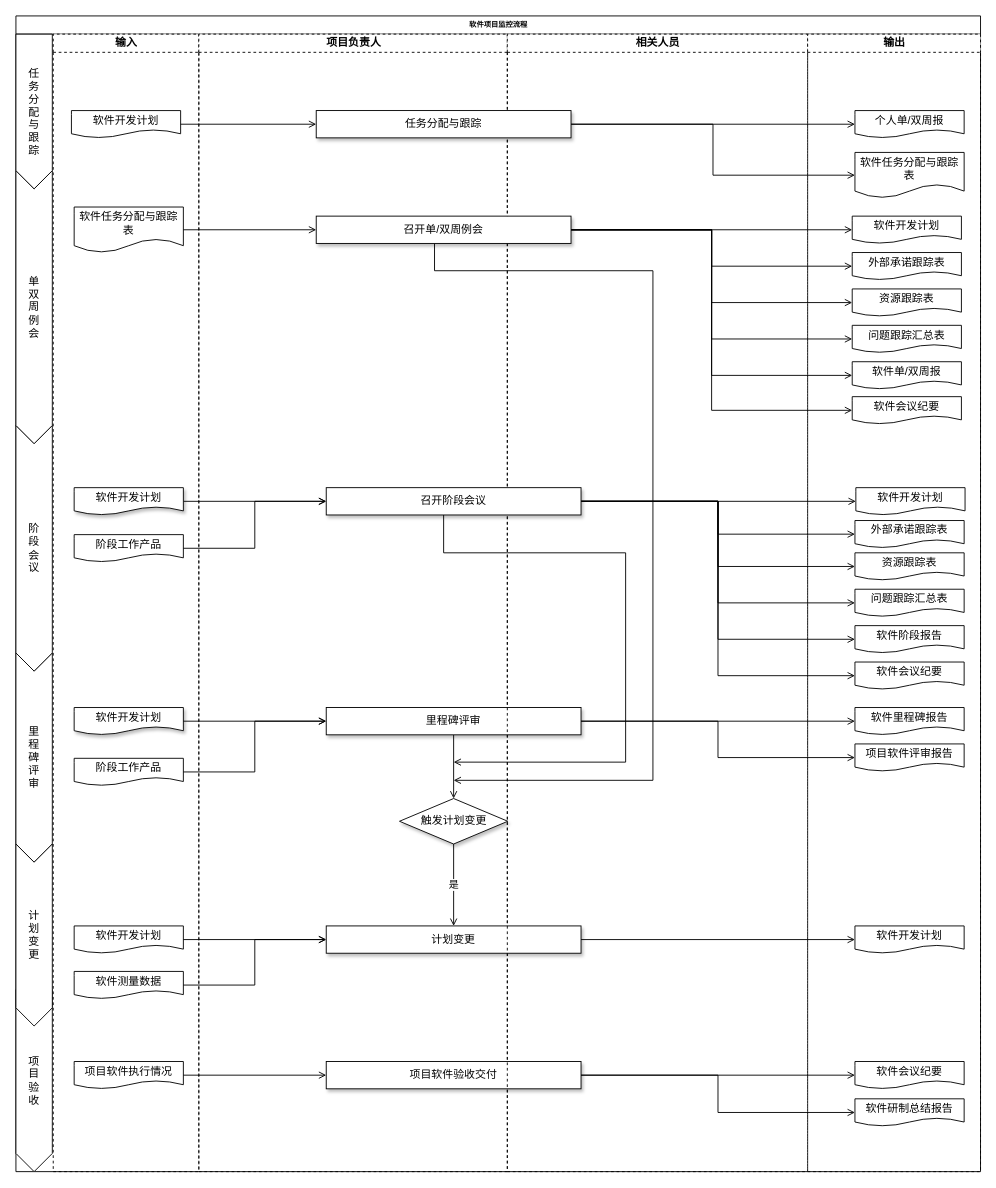
The draw.io diagram 国军标5000A-文审-项目监控过程域2.drawio in ColonelDarcy2018/excelsior, before the edit. Source tidied: cells renumbered, new cells numbered last; positions are measured from the earlier drawing's top-left corner, leaving out a move shared by most shapes. Both pictures are drawn from the tidied source at 91%, with x=0, y=0 at pixel (15, 15).
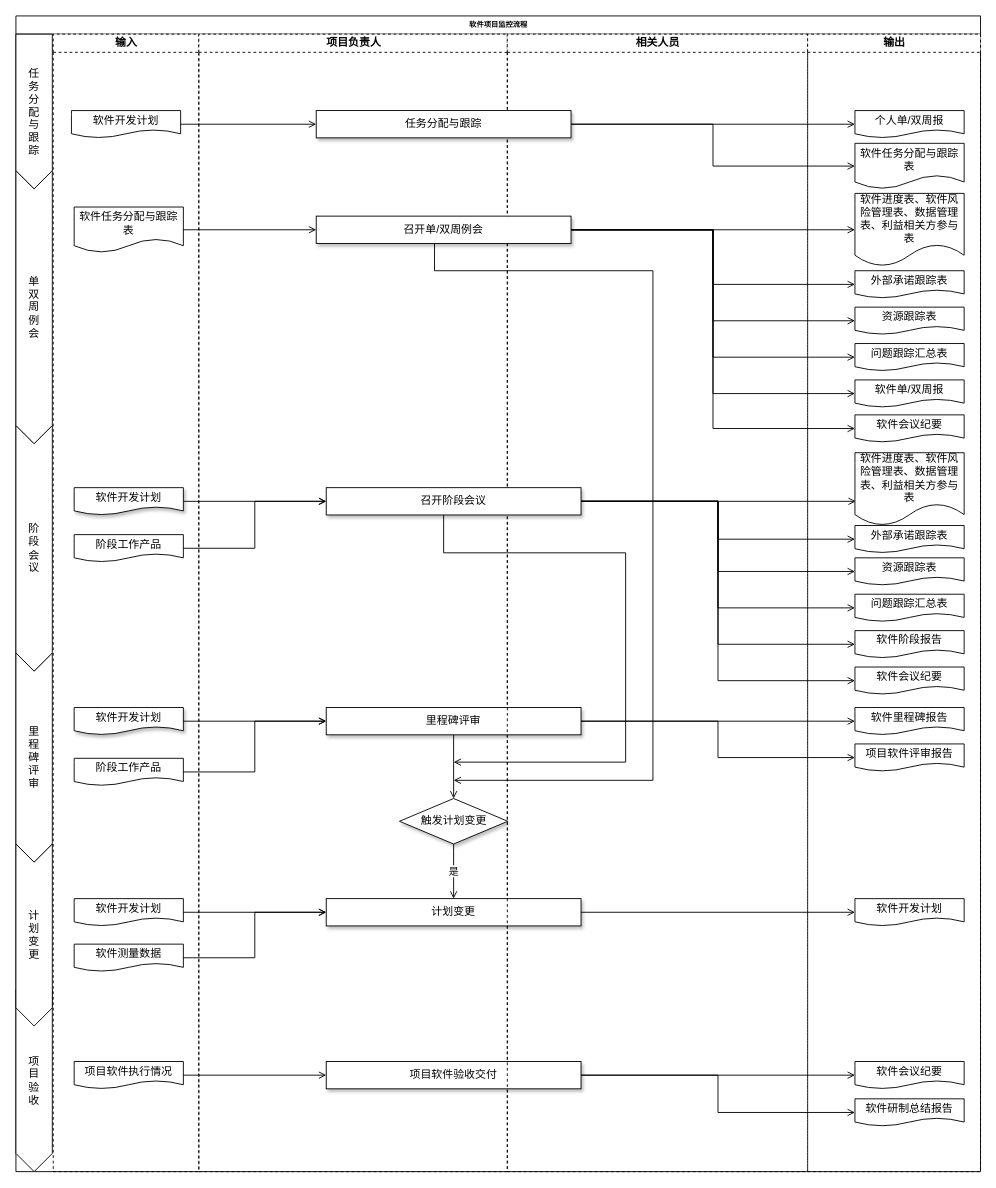
The same page after the edit.

Commit message:
Update 国军标5000A-文审-项目监控过程域2.drawio

Unchanged cells that the change refers to:
```xml
<mxCell id="2" value="软件项目监控流程" style="swimlane;html=1;startSize=20;rounded=0;shadow=0;labelBackgroundColor=none;strokeWidth=1;fontFamily=Verdana;fontSize=8;align=center;" parent="1" vertex="1">
  <mxGeometry width="1060" height="1270" as="geometry" />
</mxCell>
<mxCell id="10" value="输入" style="swimlane;html=1;startSize=20;dashed=1;" parent="2" vertex="1">
  <mxGeometry x="41" y="20" width="160" height="1250" as="geometry" />
</mxCell>
<mxCell id="19" value="项目负责人" style="swimlane;html=1;startSize=20;dashed=1;" parent="2" vertex="1">
  <mxGeometry x="201" y="20" width="339" height="1250" as="geometry" />
</mxCell>
<mxCell id="27" value="输出" style="swimlane;html=1;startSize=20;dashed=1;" parent="2" vertex="1">
  <mxGeometry x="870" y="20" width="190" height="1250" as="geometry" />
</mxCell>
<mxCell id="69" value="召开阶段会议" style="rounded=0;whiteSpace=wrap;html=1;shadow=1;fontSize=12;" parent="1" vertex="1">
  <mxGeometry x="341" y="518.4" width="280" height="30" as="geometry" />
</mxCell>
```

What changed in the source:
```diff
@@
     <mxCell id="17" value="软件开发计划" style="shape=document;whiteSpace=wrap;html=1;boundedLbl=1;fontSize=12;" parent="10" vertex="1">
-      <mxGeometry x="23" y="980" width="120" height="30" as="geometry" />
+      <mxGeometry x="23" y="950" width="120" height="30" as="geometry" />
     </mxCell>
     <mxCell id="18" value="软件测量数据" style="shape=document;whiteSpace=wrap;html=1;boundedLbl=1;fontSize=12;" parent="10" vertex="1">
-      <mxGeometry x="23" y="1030" width="120" height="30" as="geometry" />
+      <mxGeometry x="23" y="1000" width="120" height="30" as="geometry" />
     </mxCell>
@@
     <mxCell id="23" value="计划变更" style="rounded=0;whiteSpace=wrap;html=1;shadow=1;fontSize=12;" parent="19" vertex="1">
-      <mxGeometry x="140" y="980" width="280" height="30" as="geometry" />
+      <mxGeometry x="140" y="950" width="280" height="30" as="geometry" />
     </mxCell>
@@
+    <mxCell id="48" style="edgeStyle=orthogonalEdgeStyle;rounded=0;jettySize=auto;html=1;entryX=0;entryY=0.5;entryDx=0;entryDy=0;endArrow=open;endFill=0;" parent="2" edge="1" source="17" target="23">
+      <mxGeometry relative="1" as="geometry" />
+    </mxCell>
+    <mxCell id="49" style="edgeStyle=orthogonalEdgeStyle;rounded=0;jettySize=auto;html=1;entryX=0;entryY=0.5;entryDx=0;entryDy=0;endArrow=open;endFill=0;" parent="2" edge="1" source="18" target="23">
+      <mxGeometry relative="1" as="geometry" />
+    </mxCell>
+    <mxCell id="56" style="edgeStyle=orthogonalEdgeStyle;rounded=0;jettySize=auto;html=1;entryX=0;entryY=0.5;entryDx=0;entryDy=0;endArrow=open;endFill=0;" parent="2" edge="1" source="23" target="42">
+      <mxGeometry relative="1" as="geometry" />
+    </mxCell>
@@
-    <mxCell id="29" value="软件开发计划" style="shape=document;whiteSpace=wrap;html=1;boundedLbl=1;fontSize=12;" parent="27" vertex="1">
-      <mxGeometry x="53" y="498.4" width="120" height="30" as="geometry" />
-    </mxCell>
     <mxCell id="30" value="软件任务分配与跟踪表" style="shape=document;whiteSpace=wrap;html=1;boundedLbl=1;fontSize=12;" parent="27" vertex="1">
-      <mxGeometry x="52" y="130" width="120" height="50" as="geometry" />
+      <mxGeometry x="52" y="120" width="120" height="50" as="geometry" />
     </mxCell>
-    <mxCell id="31" value="软件开发计划" style="shape=document;whiteSpace=wrap;html=1;boundedLbl=1;fontSize=12;" parent="27" vertex="1">
-      <mxGeometry x="49" y="200" width="120" height="30" as="geometry" />
+    <mxCell id="31" value="软件进度表、软件风险管理表、数据管理表、利益相关方参与表" style="shape=document;whiteSpace=wrap;html=1;boundedLbl=1;fontSize=12;" parent="27" vertex="1">
+      <mxGeometry x="52" y="175" width="120" height="80" as="geometry" />
     </mxCell>
     <mxCell id="32" value="外部承诺跟踪表" style="shape=document;whiteSpace=wrap;html=1;boundedLbl=1;fontSize=12;" parent="27" vertex="1">
-      <mxGeometry x="49" y="240" width="120" height="30" as="geometry" />
+      <mxGeometry x="52" y="260" width="120" height="30" as="geometry" />
     </mxCell>
     <mxCell id="33" value="资源跟踪表" style="shape=document;whiteSpace=wrap;html=1;boundedLbl=1;fontSize=12;" parent="27" vertex="1">
-      <mxGeometry x="49" y="280" width="120" height="30" as="geometry" />
+      <mxGeometry x="52" y="300" width="120" height="30" as="geometry" />
     </mxCell>
     <mxCell id="34" value="问题跟踪汇总表" style="shape=document;whiteSpace=wrap;html=1;boundedLbl=1;fontSize=12;" parent="27" vertex="1">
-      <mxGeometry x="49" y="320" width="120" height="30" as="geometry" />
+      <mxGeometry x="52" y="340" width="120" height="30" as="geometry" />
     </mxCell>
     <mxCell id="35" value="软件单/双周报" style="shape=document;whiteSpace=wrap;html=1;boundedLbl=1;fontSize=12;" parent="27" vertex="1">
-      <mxGeometry x="49" y="360" width="120" height="30" as="geometry" />
+      <mxGeometry x="52" y="380" width="120" height="30" as="geometry" />
     </mxCell>
     <mxCell id="36" value="软件会议纪要" style="shape=document;whiteSpace=wrap;html=1;boundedLbl=1;fontSize=12;" parent="27" vertex="1">
-      <mxGeometry x="49" y="398.4" width="120" height="30" as="geometry" />
+      <mxGeometry x="52" y="418.4" width="120" height="30" as="geometry" />
     </mxCell>
     <mxCell id="37" value="外部承诺跟踪表" style="shape=document;whiteSpace=wrap;html=1;boundedLbl=1;fontSize=12;" parent="27" vertex="1">
-      <mxGeometry x="52" y="534.5" width="120" height="30" as="geometry" />
+      <mxGeometry x="52" y="540" width="120" height="30" as="geometry" />
     </mxCell>
     <mxCell id="38" value="资源跟踪表" style="shape=document;whiteSpace=wrap;html=1;boundedLbl=1;fontSize=12;" parent="27" vertex="1">
-      <mxGeometry x="52" y="570" width="120" height="30" as="geometry" />
+      <mxGeometry x="52" y="575.5" width="120" height="30" as="geometry" />
     </mxCell>
     <mxCell id="39" value="问题跟踪汇总表" style="shape=document;whiteSpace=wrap;html=1;boundedLbl=1;fontSize=12;" parent="27" vertex="1">
-      <mxGeometry x="52" y="610" width="120" height="30" as="geometry" />
+      <mxGeometry x="52" y="615.5" width="120" height="30" as="geometry" />
     </mxCell>
     <mxCell id="40" value="软件会议纪要" style="shape=document;whiteSpace=wrap;html=1;boundedLbl=1;fontSize=12;" parent="27" vertex="1">
-      <mxGeometry x="52" y="690" width="120" height="30" as="geometry" />
+      <mxGeometry x="52" y="695.5" width="120" height="30" as="geometry" />
     </mxCell>
     <mxCell id="41" value="软件阶段报告" style="shape=document;whiteSpace=wrap;html=1;boundedLbl=1;fontSize=12;" parent="27" vertex="1">
-      <mxGeometry x="52" y="650" width="120" height="30" as="geometry" />
+      <mxGeometry x="52" y="655.5" width="120" height="30" as="geometry" />
     </mxCell>
     <mxCell id="42" value="软件开发计划" style="shape=document;whiteSpace=wrap;html=1;boundedLbl=1;fontSize=12;" parent="27" vertex="1">
-      <mxGeometry x="52" y="980" width="120" height="30" as="geometry" />
+      <mxGeometry x="52" y="950" width="120" height="30" as="geometry" />
     </mxCell>
@@
+    <mxCell id="81" value="软件进度表、软件风险管理表、数据管理表、利益相关方参与表" style="shape=document;whiteSpace=wrap;html=1;boundedLbl=1;fontSize=12;" parent="27" vertex="1">
+      <mxGeometry x="52" y="460" width="120" height="80" as="geometry" />
+    </mxCell>
@@
-    <mxCell id="48" style="edgeStyle=orthogonalEdgeStyle;rounded=0;jettySize=auto;html=1;entryX=0;entryY=0.5;entryDx=0;entryDy=0;endArrow=open;endFill=0;" parent="2" edge="1" source="17" target="23">
-      <mxGeometry relative="1" as="geometry" />
-    </mxCell>
-    <mxCell id="49" style="edgeStyle=orthogonalEdgeStyle;rounded=0;jettySize=auto;html=1;entryX=0;entryY=0.5;entryDx=0;entryDy=0;endArrow=open;endFill=0;" parent="2" edge="1" source="18" target="23">
-      <mxGeometry relative="1" as="geometry" />
-    </mxCell>
@@
-    <mxCell id="56" style="edgeStyle=orthogonalEdgeStyle;rounded=0;jettySize=auto;html=1;entryX=0;entryY=0.5;entryDx=0;entryDy=0;endArrow=open;endFill=0;" parent="2" edge="1" source="23" target="42">
-      <mxGeometry relative="1" as="geometry" />
-    </mxCell>
@@
-    <mxCell id="62" style="edgeStyle=orthogonalEdgeStyle;rounded=0;jettySize=auto;html=1;entryX=0;entryY=0.5;entryDx=0;entryDy=0;endArrow=open;endFill=0;" parent="1" edge="1" source="69" target="29">
-      <mxGeometry relative="1" as="geometry" />
+    <mxCell id="62" style="edgeStyle=orthogonalEdgeStyle;rounded=0;jettySize=auto;html=1;entryX=0;entryY=0.5;entryDx=0;entryDy=0;endArrow=open;endFill=0;" parent="1" edge="1" source="69">
+      <mxGeometry relative="1" as="geometry">
+        <mxPoint x="923" y="533.4" as="targetPoint" />
+      </mxGeometry>
     </mxCell>
```
